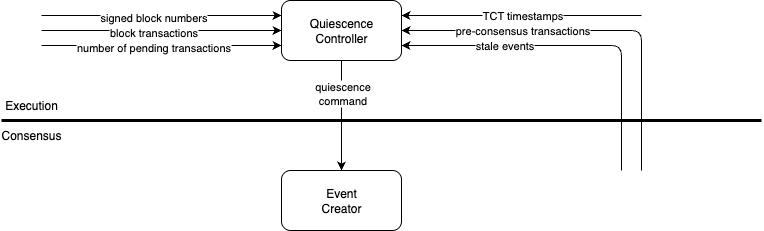
hiero-ledger/hiero-consensus-node keeps this draw.io diagram as platform-sdk/docs/core/quiescence/quiescence-command-interaction.png. Above is the earlier version. Source tidied: cells renumbered, new cells last; positions are measured from the earlier drawing's top-left corner, leaving out a move shared by most shapes. Its diagram source:
```xml
<mxGraphModel background="#ffffff">
  <root>
    <mxCell id="0" />
    <mxCell id="1" parent="0" />
    <mxCell id="2" style="endArrow=none;html=1;rounded=0;strokeWidth=3;" parent="1" edge="1">
      <mxGeometry relative="1" as="geometry">
        <mxPoint y="120" as="sourcePoint" />
        <mxPoint x="760" y="120" as="targetPoint" />
      </mxGeometry>
    </mxCell>
    <mxCell id="3" value="Execution" style="text;html=1;align=center;verticalAlign=middle;whiteSpace=wrap;rounded=0;" parent="1" vertex="1">
      <mxGeometry y="90" width="60" height="30" as="geometry" />
    </mxCell>
    <mxCell id="4" value="Consensus" style="text;html=1;align=center;verticalAlign=middle;whiteSpace=wrap;rounded=0;" parent="1" vertex="1">
      <mxGeometry y="120" width="60" height="30" as="geometry" />
    </mxCell>
    <mxCell id="5" style="edgeStyle=orthogonalEdgeStyle;rounded=0;jettySize=auto;html=1;exitX=0.5;exitY=1;exitDx=0;exitDy=0;entryX=0.5;entryY=0;entryDx=0;entryDy=0;" parent="1" edge="1" source="7" target="8">
      <mxGeometry relative="1" as="geometry" />
    </mxCell>
    <mxCell id="6" value="quiescence&lt;br&gt;command" style="edgeLabel;html=1;align=center;verticalAlign=middle;" parent="5" vertex="1">
      <mxGeometry x="-0.42" relative="1" as="geometry" />
    </mxCell>
    <mxCell id="7" value="Quiescence&lt;br&gt;Controller" style="rounded=1;whiteSpace=wrap;html=1;" parent="1" vertex="1">
      <mxGeometry x="280" width="120" height="60" as="geometry" />
    </mxCell>
    <mxCell id="8" value="Event&lt;br&gt;Creator" style="rounded=1;whiteSpace=wrap;html=1;" parent="1" vertex="1">
      <mxGeometry x="280" y="170" width="120" height="60" as="geometry" />
    </mxCell>
    <mxCell id="9" style="endArrow=classic;html=1;rounded=0;entryX=0;entryY=0.75;entryDx=0;entryDy=0;" parent="1" edge="1" target="7">
      <mxGeometry relative="1" as="geometry">
        <mxPoint x="40" y="45" as="sourcePoint" />
      </mxGeometry>
    </mxCell>
    <mxCell id="10" value="number of pending transactions" style="edgeLabel;html=1;align=center;verticalAlign=middle;" parent="9" vertex="1">
      <mxGeometry x="-0.08" y="-1" relative="1" as="geometry" />
    </mxCell>
    <mxCell id="11" style="endArrow=classic;html=1;rounded=0;entryX=0;entryY=0.5;entryDx=0;entryDy=0;" parent="1" edge="1" target="7">
      <mxGeometry relative="1" as="geometry">
        <mxPoint x="40" y="30" as="sourcePoint" />
      </mxGeometry>
    </mxCell>
    <mxCell id="12" value="block transactions" style="edgeLabel;html=1;align=center;verticalAlign=middle;" parent="11" vertex="1">
      <mxGeometry x="-0.08" y="-1" relative="1" as="geometry" />
    </mxCell>
    <mxCell id="13" style="endArrow=classic;html=1;rounded=0;entryX=1;entryY=0.25;entryDx=0;entryDy=0;" parent="1" edge="1" target="7">
      <mxGeometry relative="1" as="geometry">
        <mxPoint x="640" y="15" as="sourcePoint" />
      </mxGeometry>
    </mxCell>
    <mxCell id="14" value="TCT timestamps" style="edgeLabel;html=1;align=center;verticalAlign=middle;" parent="13" vertex="1">
      <mxGeometry y="-1" relative="1" as="geometry" />
    </mxCell>
    <mxCell id="15" style="endArrow=classic;html=1;rounded=1;entryX=1;entryY=0.5;entryDx=0;entryDy=0;curved=0;" parent="1" edge="1" target="7">
      <mxGeometry relative="1" as="geometry">
        <mxPoint x="640" y="170" as="sourcePoint" />
        <Array as="points">
          <mxPoint x="640" y="30" />
        </Array>
      </mxGeometry>
    </mxCell>
    <mxCell id="16" value="pre-consensus transactions" style="edgeLabel;html=1;align=center;verticalAlign=middle;" parent="15" vertex="1">
      <mxGeometry y="-1" relative="1" as="geometry">
        <mxPoint x="-71" as="offset" />
      </mxGeometry>
    </mxCell>
    <mxCell id="17" style="endArrow=classic;html=1;rounded=1;entryX=1;entryY=0.75;entryDx=0;entryDy=0;curved=0;" parent="1" edge="1" target="7">
      <mxGeometry relative="1" as="geometry">
        <mxPoint x="620" y="170" as="sourcePoint" />
        <Array as="points">
          <mxPoint x="620" y="45" />
        </Array>
      </mxGeometry>
    </mxCell>
    <mxCell id="18" value="stale events" style="edgeLabel;html=1;align=center;verticalAlign=middle;" parent="17" vertex="1">
      <mxGeometry y="-1" relative="1" as="geometry">
        <mxPoint x="-71" as="offset" />
      </mxGeometry>
    </mxCell>
    <mxCell id="19" style="endArrow=classic;html=1;rounded=0;entryX=0;entryY=0.25;entryDx=0;entryDy=0;" parent="1" edge="1" target="7">
      <mxGeometry relative="1" as="geometry">
        <mxPoint x="40" y="15" as="sourcePoint" />
      </mxGeometry>
    </mxCell>
    <mxCell id="20" value="signed block numbers" style="edgeLabel;html=1;align=center;verticalAlign=middle;" parent="19" vertex="1">
      <mxGeometry x="-0.08" y="-1" relative="1" as="geometry" />
    </mxCell>
  </root>
</mxGraphModel>
```
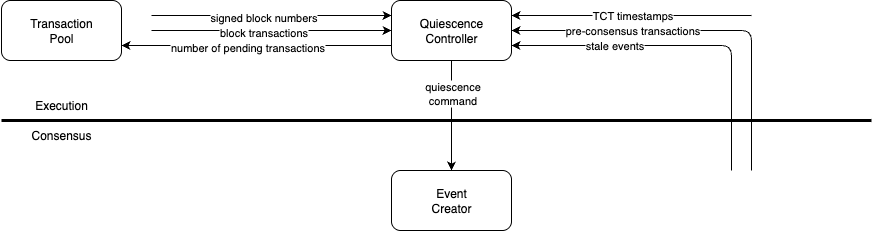
After the commit.

What changed in the source:
```diff
@@ -4,15 +4,15 @@
     <mxCell id="1" parent="0" />
     <mxCell id="2" style="endArrow=none;html=1;rounded=0;strokeWidth=3;" parent="1" edge="1">
       <mxGeometry relative="1" as="geometry">
-        <mxPoint y="120" as="sourcePoint" />
+        <mxPoint x="-110" y="120" as="sourcePoint" />
         <mxPoint x="760" y="120" as="targetPoint" />
       </mxGeometry>
     </mxCell>
     <mxCell id="3" value="Execution" style="text;html=1;align=center;verticalAlign=middle;whiteSpace=wrap;rounded=0;" parent="1" vertex="1">
-      <mxGeometry y="90" width="60" height="30" as="geometry" />
+      <mxGeometry x="-80" y="90" width="60" height="30" as="geometry" />
     </mxCell>
     <mxCell id="4" value="Consensus" style="text;html=1;align=center;verticalAlign=middle;whiteSpace=wrap;rounded=0;" parent="1" vertex="1">
-      <mxGeometry y="120" width="60" height="30" as="geometry" />
+      <mxGeometry x="-80" y="120" width="60" height="30" as="geometry" />
     </mxCell>
     <mxCell id="5" style="edgeStyle=orthogonalEdgeStyle;rounded=0;jettySize=auto;html=1;exitX=0.5;exitY=1;exitDx=0;exitDy=0;entryX=0.5;entryY=0;entryDx=0;entryDy=0;" parent="1" edge="1" source="7" target="8">
       <mxGeometry relative="1" as="geometry" />
@@ -26,10 +26,8 @@
     <mxCell id="8" value="Event&lt;br&gt;Creator" style="rounded=1;whiteSpace=wrap;html=1;" parent="1" vertex="1">
       <mxGeometry x="280" y="170" width="120" height="60" as="geometry" />
     </mxCell>
-    <mxCell id="9" style="endArrow=classic;html=1;rounded=0;entryX=0;entryY=0.75;entryDx=0;entryDy=0;" parent="1" edge="1" target="7">
-      <mxGeometry relative="1" as="geometry">
-        <mxPoint x="40" y="45" as="sourcePoint" />
-      </mxGeometry>
+    <mxCell id="9" style="endArrow=none;html=1;rounded=0;entryX=0;entryY=0.75;entryDx=0;entryDy=0;exitX=1;exitY=0.75;exitDx=0;exitDy=0;startArrow=classic;startFill=1;endFill=0;" parent="1" edge="1" source="21" target="7">
+      <mxGeometry relative="1" as="geometry" />
     </mxCell>
     <mxCell id="10" value="number of pending transactions" style="edgeLabel;html=1;align=center;verticalAlign=middle;" parent="9" vertex="1">
       <mxGeometry x="-0.08" y="-1" relative="1" as="geometry" />
@@ -84,5 +82,8 @@
     <mxCell id="20" value="signed block numbers" style="edgeLabel;html=1;align=center;verticalAlign=middle;" parent="19" vertex="1">
       <mxGeometry x="-0.08" y="-1" relative="1" as="geometry" />
     </mxCell>
+    <mxCell id="21" value="Transaction&lt;br&gt;Pool" style="rounded=1;whiteSpace=wrap;html=1;" parent="1" vertex="1">
+      <mxGeometry x="-110" width="120" height="60" as="geometry" />
+    </mxCell>
   </root>
 </mxGraphModel>
```
